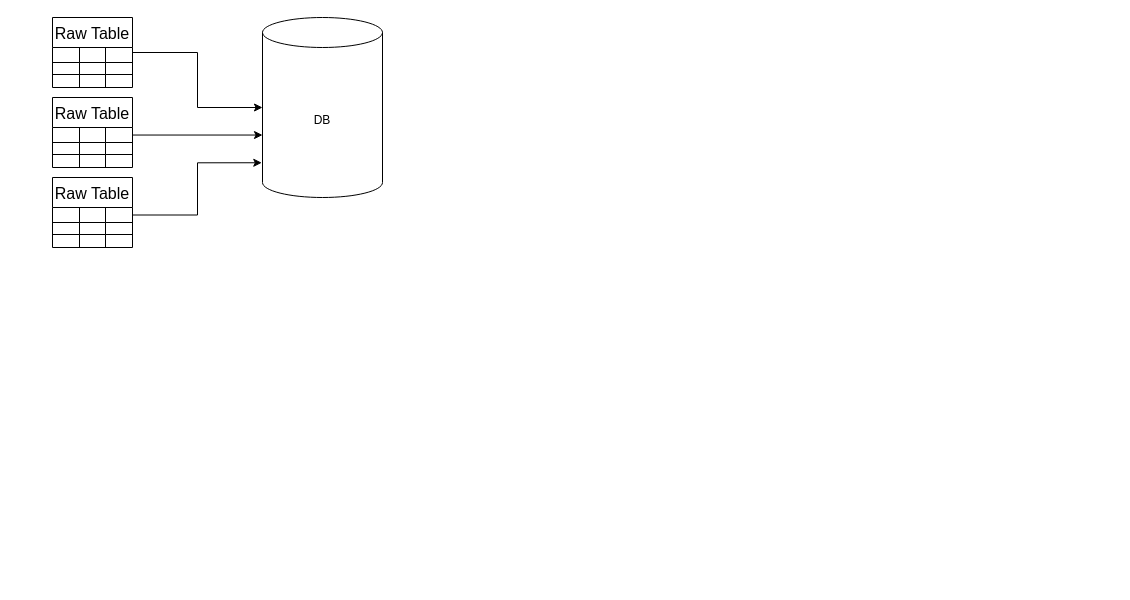
This is Untitled Diagram.drawio from aishitdharwal/customer-lifetime-value, a draw.io file, before an edit. Source tidied: cells renumbered, new cells numbered last; positions are measured from the earlier drawing's top-left corner, leaving out a move shared by most shapes. Both pictures are drawn from the tidied source at 100%, with x=0, y=0 at pixel (52, 17).
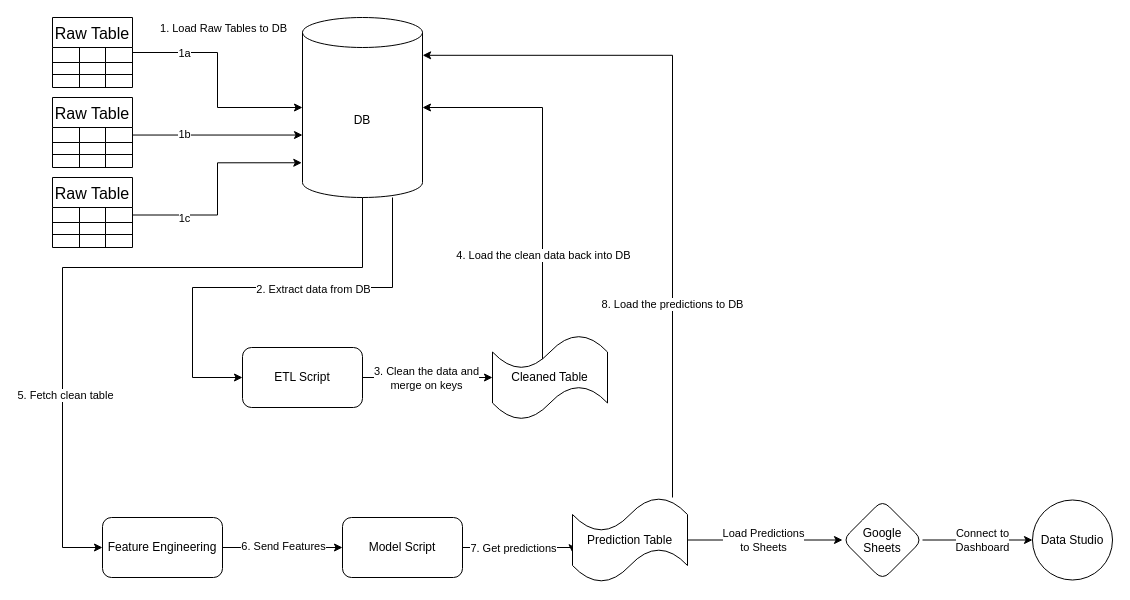
The same diagram, later.

The change refers to these unchanged cells:
```xml
<mxCell id="3" style="edgeStyle=orthogonalEdgeStyle;rounded=0;jettySize=auto;html=1;entryX=0;entryY=0.5;entryDx=0;entryDy=0;entryPerimeter=0;" parent="1" edge="1" source="4" target="2">
  <mxGeometry relative="1" as="geometry" />
</mxCell>
<mxCell id="43" style="edgeStyle=orthogonalEdgeStyle;rounded=0;jettySize=auto;html=1;entryX=0;entryY=0.653;entryDx=0;entryDy=0;entryPerimeter=0;" parent="1" edge="1" source="18" target="2">
  <mxGeometry relative="1" as="geometry" />
</mxCell>
<mxCell id="44" style="edgeStyle=orthogonalEdgeStyle;rounded=0;jettySize=auto;html=1;entryX=-0.006;entryY=0.807;entryDx=0;entryDy=0;entryPerimeter=0;" parent="1" edge="1" source="31" target="2">
  <mxGeometry relative="1" as="geometry" />
</mxCell>
```

Change to the diagram source:
```diff
@@
+    <mxCell id="45" style="edgeStyle=orthogonalEdgeStyle;rounded=0;jettySize=auto;html=1;entryX=0;entryY=0.5;entryDx=0;entryDy=0;" parent="1" edge="1" source="2" target="55">
+      <mxGeometry relative="1" as="geometry">
+        <Array as="points">
+          <mxPoint x="340" y="270" />
+          <mxPoint x="140" y="270" />
+          <mxPoint x="140" y="360" />
+        </Array>
+      </mxGeometry>
+    </mxCell>
+    <mxCell id="46" value="2. Extract data from DB" style="edgeLabel;html=1;align=center;verticalAlign=middle;" parent="45" vertex="1">
+      <mxGeometry x="-0.21" y="1" relative="1" as="geometry" />
+    </mxCell>
+    <mxCell id="47" style="edgeStyle=orthogonalEdgeStyle;rounded=0;jettySize=auto;html=1;entryX=0;entryY=0.5;entryDx=0;entryDy=0;" parent="1" edge="1" source="2" target="61">
+      <mxGeometry relative="1" as="geometry">
+        <Array as="points">
+          <mxPoint x="310" y="250" />
+          <mxPoint x="10" y="250" />
+          <mxPoint x="10" y="530" />
+        </Array>
+      </mxGeometry>
+    </mxCell>
+    <mxCell id="48" value="5. Fetch clean table" style="edgeLabel;html=1;align=center;verticalAlign=middle;" parent="47" vertex="1">
+      <mxGeometry x="0.44" y="2" relative="1" as="geometry" />
+    </mxCell>
     <mxCell id="2" value="DB" style="shape=cylinder3;whiteSpace=wrap;html=1;boundedLbl=1;backgroundOutline=1;size=15;" parent="1" vertex="1">
-      <mxGeometry x="210" width="120" height="180" as="geometry" />
+      <mxGeometry x="250" width="120" height="180" as="geometry" />
     </mxCell>
@@
+    <mxCell id="49" value="1a" style="edgeLabel;html=1;align=center;verticalAlign=middle;" parent="3" vertex="1">
+      <mxGeometry x="-0.44" y="-1" relative="1" as="geometry">
+        <mxPoint x="-12" y="-1" as="offset" />
+      </mxGeometry>
+    </mxCell>
+    <mxCell id="50" value="1. Load Raw Tables to DB" style="edgeLabel;html=1;align=center;verticalAlign=middle;" parent="3" vertex="1">
+      <mxGeometry x="-0.38" y="2" relative="1" as="geometry">
+        <mxPoint x="20" y="-23" as="offset" />
+      </mxGeometry>
+    </mxCell>
@@
+    <mxCell id="51" value="1b" style="edgeLabel;html=1;align=center;verticalAlign=middle;" parent="43" vertex="1">
+      <mxGeometry x="-0.4" y="1" relative="1" as="geometry" />
+    </mxCell>
@@
+    <mxCell id="52" value="1c" style="edgeLabel;html=1;align=center;verticalAlign=middle;" parent="44" vertex="1">
+      <mxGeometry x="-0.54" y="-3" relative="1" as="geometry" />
+    </mxCell>
+    <mxCell id="53" style="edgeStyle=orthogonalEdgeStyle;rounded=0;jettySize=auto;html=1;" parent="1" edge="1" source="55" target="58">
+      <mxGeometry relative="1" as="geometry" />
+    </mxCell>
+    <mxCell id="54" value="3. Clean the data and &lt;br&gt;merge on keys" style="edgeLabel;html=1;align=center;verticalAlign=middle;" parent="53" vertex="1">
+      <mxGeometry x="0.26" y="-2" relative="1" as="geometry">
+        <mxPoint x="-19" y="-2" as="offset" />
+      </mxGeometry>
+    </mxCell>
+    <mxCell id="55" value="ETL Script" style="rounded=1;whiteSpace=wrap;html=1;" parent="1" vertex="1">
+      <mxGeometry x="190" y="330" width="120" height="60" as="geometry" />
+    </mxCell>
+    <mxCell id="56" style="edgeStyle=orthogonalEdgeStyle;rounded=0;jettySize=auto;html=1;entryX=1;entryY=0.5;entryDx=0;entryDy=0;entryPerimeter=0;exitX=0.199;exitY=0.402;exitDx=0;exitDy=0;exitPerimeter=0;" parent="1" edge="1" source="58" target="2">
+      <mxGeometry relative="1" as="geometry">
+        <Array as="points">
+          <mxPoint x="490" y="352" />
+          <mxPoint x="490" y="90" />
+        </Array>
+      </mxGeometry>
+    </mxCell>
+    <mxCell id="57" value="4. Load the clean data back into DB" style="edgeLabel;html=1;align=center;verticalAlign=middle;" parent="56" vertex="1">
+      <mxGeometry x="-0.31" relative="1" as="geometry" />
+    </mxCell>
+    <mxCell id="58" value="Cleaned Table" style="shape=tape;whiteSpace=wrap;html=1;rounded=1;" parent="1" vertex="1">
+      <mxGeometry x="440" y="317.5" width="115" height="85" as="geometry" />
+    </mxCell>
+    <mxCell id="59" style="edgeStyle=orthogonalEdgeStyle;rounded=0;jettySize=auto;html=1;" parent="1" edge="1" source="61" target="64">
+      <mxGeometry relative="1" as="geometry" />
+    </mxCell>
+    <mxCell id="60" value="6. Send Features" style="edgeLabel;html=1;align=center;verticalAlign=middle;" parent="59" vertex="1">
+      <mxGeometry x="0.23" y="2" relative="1" as="geometry">
+        <mxPoint x="-14" as="offset" />
+      </mxGeometry>
+    </mxCell>
+    <mxCell id="61" value="Feature Engineering" style="rounded=1;whiteSpace=wrap;html=1;" parent="1" vertex="1">
+      <mxGeometry x="50" y="500" width="120" height="60" as="geometry" />
+    </mxCell>
+    <mxCell id="62" style="edgeStyle=orthogonalEdgeStyle;rounded=0;jettySize=auto;html=1;entryX=0;entryY=0.65;entryDx=0;entryDy=0;entryPerimeter=0;" parent="1" edge="1" source="64" target="69">
+      <mxGeometry relative="1" as="geometry">
+        <Array as="points">
+          <mxPoint x="520" y="530" />
+        </Array>
+      </mxGeometry>
+    </mxCell>
+    <mxCell id="63" value="7. Get predictions" style="edgeLabel;html=1;align=center;verticalAlign=middle;" parent="62" vertex="1">
+      <mxGeometry x="0.17" y="-1" relative="1" as="geometry">
+        <mxPoint x="-17" y="-1" as="offset" />
+      </mxGeometry>
+    </mxCell>
+    <mxCell id="64" value="Model Script" style="whiteSpace=wrap;html=1;rounded=1;" parent="1" vertex="1">
+      <mxGeometry x="290" y="500" width="120" height="60" as="geometry" />
+    </mxCell>
+    <mxCell id="65" style="edgeStyle=orthogonalEdgeStyle;rounded=0;jettySize=auto;html=1;entryX=1.001;entryY=0.21;entryDx=0;entryDy=0;entryPerimeter=0;" parent="1" edge="1" source="69" target="2">
+      <mxGeometry relative="1" as="geometry">
+        <Array as="points">
+          <mxPoint x="620" y="38" />
+        </Array>
+      </mxGeometry>
+    </mxCell>
+    <mxCell id="66" value="8. Load the predictions to DB" style="edgeLabel;html=1;align=center;verticalAlign=middle;" parent="65" vertex="1">
+      <mxGeometry x="-0.44" y="1" relative="1" as="geometry" />
+    </mxCell>
+    <mxCell id="67" style="edgeStyle=orthogonalEdgeStyle;rounded=0;jettySize=auto;html=1;" parent="1" edge="1" source="69" target="72">
+      <mxGeometry relative="1" as="geometry" />
+    </mxCell>
+    <mxCell id="68" value="Load Predictions &lt;br&gt;to Sheets" style="edgeLabel;html=1;align=center;verticalAlign=middle;" parent="67" vertex="1">
+      <mxGeometry x="-0.4" y="-1" relative="1" as="geometry">
+        <mxPoint x="28" y="-1" as="offset" />
+      </mxGeometry>
+    </mxCell>
+    <mxCell id="69" value="Prediction Table" style="shape=tape;whiteSpace=wrap;html=1;rounded=1;" parent="1" vertex="1">
+      <mxGeometry x="520" y="480" width="115" height="85" as="geometry" />
+    </mxCell>
+    <mxCell id="70" style="edgeStyle=orthogonalEdgeStyle;rounded=0;jettySize=auto;html=1;" parent="1" edge="1" source="72" target="73">
+      <mxGeometry relative="1" as="geometry" />
+    </mxCell>
+    <mxCell id="71" value="Connect to &lt;br&gt;Dashboard" style="edgeLabel;html=1;align=center;verticalAlign=middle;" parent="70" vertex="1">
+      <mxGeometry x="0.25" y="1" relative="1" as="geometry">
+        <mxPoint x="-10" y="1" as="offset" />
+      </mxGeometry>
+    </mxCell>
+    <mxCell id="72" value="Google Sheets" style="rhombus;whiteSpace=wrap;html=1;rounded=1;" parent="1" vertex="1">
+      <mxGeometry x="790" y="482.5" width="80" height="80" as="geometry" />
+    </mxCell>
+    <mxCell id="73" value="Data Studio" style="ellipse;whiteSpace=wrap;html=1;rounded=1;" parent="1" vertex="1">
+      <mxGeometry x="980" y="482.5" width="80" height="80" as="geometry" />
+    </mxCell>
```
